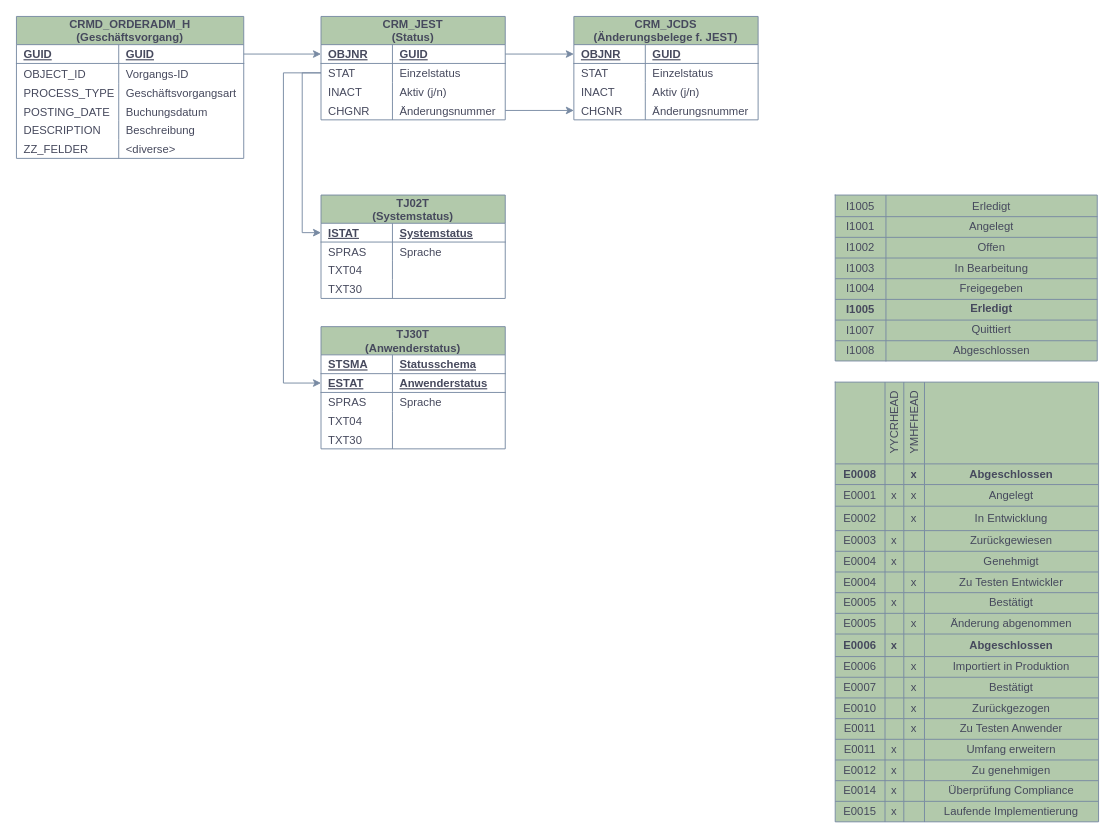
Earlier version of the draw.io diagram modelling/erd_solutionmanager_itsm.drawio (JanniMeloni/documentation). Source tidied: cells renumbered, new cells numbered last; positions are measured from the earlier drawing's top-left corner, leaving out a move shared by most shapes. Both pictures are drawn from the tidied source at 94%, with x=0, y=0 at pixel (16, 16).
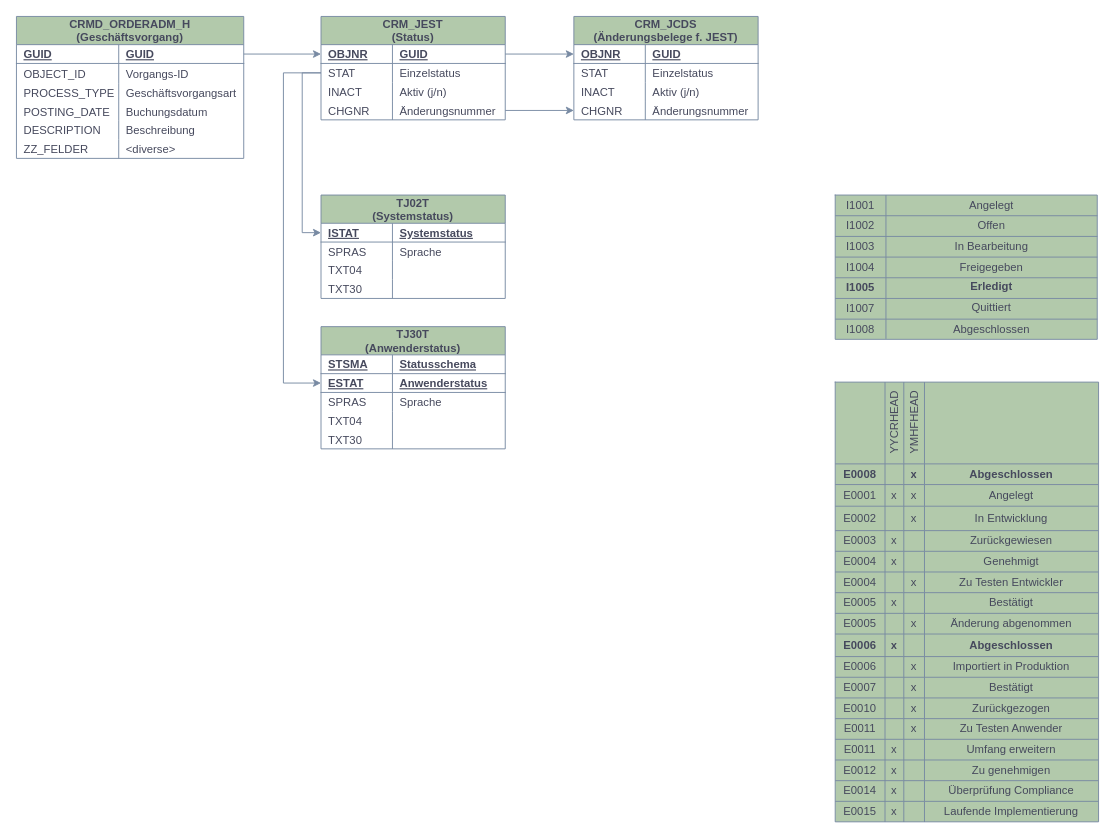
The same diagram, later.

The edit, as a diff of the source:
```diff
@@
     <mxCell id="82" style="shape=table;startSize=0;childLayout=tableLayout;rounded=0;sketch=0;fontColor=#46495D;strokeColor=#788AA3;fillColor=#B2C9AB;" parent="1" vertex="1">
-      <mxGeometry x="871" y="190" width="278.8" height="176.5" as="geometry" />
+      <mxGeometry x="871" y="190" width="278.8" height="153.5" as="geometry" />
     </mxCell>
-    <mxCell id="83" style="shape=tableRow;horizontal=0;startSize=0;swimlaneHead=0;swimlaneBody=0;top=0;left=0;bottom=0;right=0;fillColor=none;rounded=0;sketch=0;fontColor=#46495D;strokeColor=#788AA3;" parent="82" vertex="1">
-      <mxGeometry width="278.8" height="23" as="geometry" />
-    </mxCell>
-    <mxCell id="84" value="I1005" style="shape=partialRectangle;html=1;whiteSpace=wrap;overflow=hidden;fillColor=none;top=0;left=0;bottom=0;right=0;rounded=0;sketch=0;fontColor=#46495D;strokeColor=#788AA3;" parent="83" vertex="1">
-      <mxGeometry width="54" height="23" as="geometry" />
-    </mxCell>
-    <mxCell id="85" value="Erledigt" style="shape=partialRectangle;html=1;whiteSpace=wrap;overflow=hidden;fillColor=none;top=0;left=0;bottom=0;right=0;rounded=0;sketch=0;fontColor=#46495D;strokeColor=#788AA3;" parent="83" vertex="1">
-      <mxGeometry x="54" width="225" height="23" as="geometry" />
-    </mxCell>
     <mxCell id="86" style="shape=tableRow;horizontal=0;startSize=0;swimlaneHead=0;swimlaneBody=0;top=0;left=0;bottom=0;right=0;fillColor=none;rounded=0;sketch=0;fontColor=#46495D;strokeColor=#788AA3;" parent="82" vertex="1">
-      <mxGeometry y="23" width="278.8" height="22" as="geometry" />
+      <mxGeometry width="278.8" height="22" as="geometry" />
     </mxCell>
@@
     <mxCell id="89" style="shape=tableRow;horizontal=0;startSize=0;swimlaneHead=0;swimlaneBody=0;top=0;left=0;bottom=0;right=0;fillColor=none;rounded=0;sketch=0;fontColor=#46495D;strokeColor=#788AA3;" parent="82" vertex="1">
-      <mxGeometry y="45" width="278.8" height="22" as="geometry" />
+      <mxGeometry y="22" width="278.8" height="22" as="geometry" />
     </mxCell>
@@
     <mxCell id="92" style="shape=tableRow;horizontal=0;startSize=0;swimlaneHead=0;swimlaneBody=0;top=0;left=0;bottom=0;right=0;fillColor=none;rounded=0;sketch=0;fontColor=#46495D;strokeColor=#788AA3;" parent="82" vertex="1">
-      <mxGeometry y="67" width="278.8" height="22" as="geometry" />
+      <mxGeometry y="44" width="278.8" height="22" as="geometry" />
     </mxCell>
@@
     <mxCell id="95" style="shape=tableRow;horizontal=0;startSize=0;swimlaneHead=0;swimlaneBody=0;top=0;left=0;bottom=0;right=0;fillColor=none;rounded=0;sketch=0;fontColor=#46495D;strokeColor=#788AA3;" parent="82" vertex="1">
-      <mxGeometry y="89" width="278.8" height="22" as="geometry" />
+      <mxGeometry y="66" width="278.8" height="22" as="geometry" />
     </mxCell>
@@
     <mxCell id="98" style="shape=tableRow;horizontal=0;startSize=0;swimlaneHead=0;swimlaneBody=0;top=0;left=0;bottom=0;right=0;fillColor=none;rounded=0;sketch=0;fontColor=#46495D;strokeColor=#788AA3;" parent="82" vertex="1">
-      <mxGeometry y="111" width="278.8" height="22" as="geometry" />
+      <mxGeometry y="88" width="278.8" height="22" as="geometry" />
     </mxCell>
@@
     <mxCell id="101" style="shape=tableRow;horizontal=0;startSize=0;swimlaneHead=0;swimlaneBody=0;top=0;left=0;bottom=0;right=0;fillColor=none;rounded=0;sketch=0;fontColor=#46495D;strokeColor=#788AA3;" parent="82" vertex="1">
-      <mxGeometry y="133" width="278.8" height="22" as="geometry" />
+      <mxGeometry y="110" width="278.8" height="22" as="geometry" />
     </mxCell>
@@
     <mxCell id="104" style="shape=tableRow;horizontal=0;startSize=0;swimlaneHead=0;swimlaneBody=0;top=0;left=0;bottom=0;right=0;fillColor=none;rounded=0;sketch=0;fontColor=#46495D;strokeColor=#788AA3;" parent="82" vertex="1">
-      <mxGeometry y="155" width="278.8" height="22" as="geometry" />
+      <mxGeometry y="132" width="278.8" height="21" as="geometry" />
     </mxCell>
     <mxCell id="105" value="I1008" style="shape=partialRectangle;html=1;whiteSpace=wrap;overflow=hidden;fillColor=none;top=0;left=0;bottom=0;right=0;rounded=0;sketch=0;fontColor=#46495D;strokeColor=#788AA3;" parent="104" vertex="1">
-      <mxGeometry width="54" height="22" as="geometry" />
+      <mxGeometry width="54" height="21" as="geometry" />
     </mxCell>
     <mxCell id="106" value="Abgeschlossen" style="shape=partialRectangle;html=1;whiteSpace=wrap;overflow=hidden;fillColor=none;top=0;left=0;bottom=0;right=0;rounded=0;sketch=0;fontColor=#46495D;strokeColor=#788AA3;" parent="104" vertex="1">
-      <mxGeometry x="54" width="225" height="22" as="geometry" />
+      <mxGeometry x="54" width="225" height="21" as="geometry" />
     </mxCell>
```
